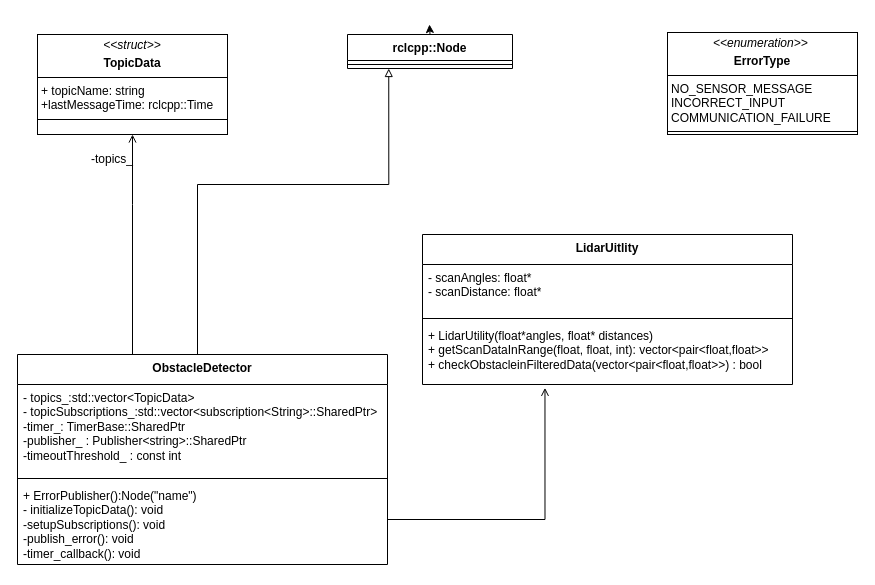
Before: Diagrams/UML/obstacle uml.drawio in mekuro9/PWAO-CSU, a draw.io diagram. Source tidied: cells renumbered, new cells numbered last; positions are measured from the earlier drawing's top-left corner, leaving out a move shared by most shapes. Both pictures are drawn from the tidied source at 100%, with x=0, y=0 at pixel (17, 24).
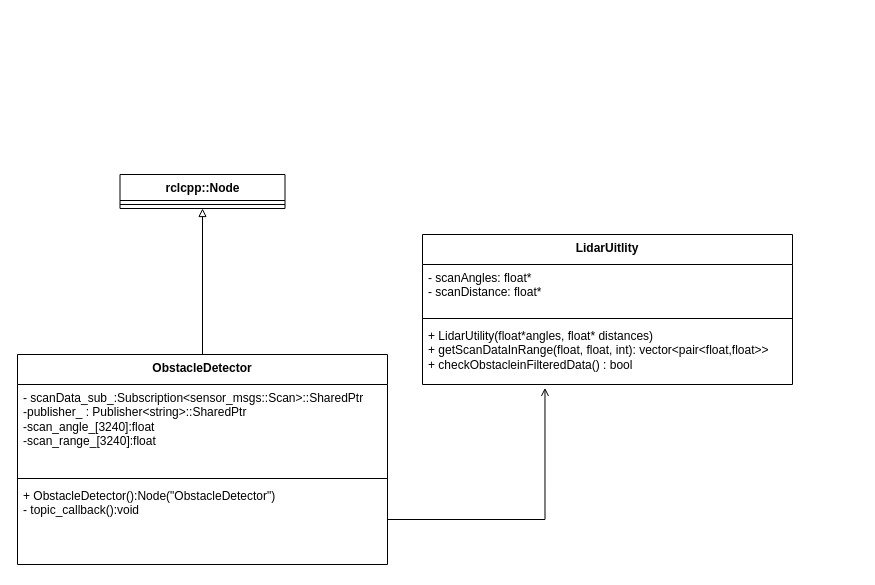
The same page after the edit.

The change refers to these unchanged cells:
```xml
<mxCell id="5" value="LidarUitlity" style="swimlane;fontStyle=1;align=center;verticalAlign=top;horizontal=1;startSize=30;whiteSpace=wrap;html=1;" parent="1" vertex="1">
  <mxGeometry x="405" y="210" width="370" height="150" as="geometry" />
</mxCell>
<mxCell id="12" value="ObstacleDetector" style="swimlane;fontStyle=1;align=center;verticalAlign=top;horizontal=1;startSize=30;whiteSpace=wrap;html=1;" parent="1" vertex="1">
  <mxGeometry y="330" width="370" height="210" as="geometry" />
</mxCell>
```

Diff of the diagram source:
```diff
@@
-    <mxCell id="2" style="edgeStyle=orthogonalEdgeStyle;rounded=0;jettySize=auto;html=1;exitX=0.5;exitY=0;exitDx=0;exitDy=0;" parent="1" edge="1" source="3">
-      <mxGeometry relative="1" as="geometry">
-        <mxPoint x="412" as="targetPoint" />
-      </mxGeometry>
-    </mxCell>
     <mxCell id="3" value="rclcpp::Node" style="swimlane;fontStyle=1;align=center;verticalAlign=top;horizontal=1;startSize=26;whiteSpace=wrap;html=1;" parent="1" vertex="1">
-      <mxGeometry x="330" y="10" width="165" height="34" as="geometry" />
+      <mxGeometry x="102.5" y="150" width="165" height="34" as="geometry" />
     </mxCell>
@@
-    <mxCell id="8" value="&lt;div&gt;+ LidarUtility(float*angles, float* distances)&lt;br&gt;&lt;/div&gt;&lt;div&gt;+ getScanDataInRange(float, float, int): vector&amp;lt;pair&amp;lt;float,float&amp;gt;&amp;gt;&lt;br&gt;&lt;/div&gt;&lt;div&gt;+ checkObstacleinFilteredData(vector&amp;lt;pair&amp;lt;float,float&amp;gt;&amp;gt;) : bool&lt;br&gt;&lt;/div&gt;" style="text;strokeColor=none;fillColor=none;align=left;verticalAlign=top;spacingLeft=4;spacingRight=4;overflow=hidden;points=[[0,0.5],[1,0.5]];portConstraint=eastwest;whiteSpace=wrap;html=1;" parent="5" vertex="1">
+    <mxCell id="8" value="&lt;div&gt;+ LidarUtility(float*angles, float* distances)&lt;br&gt;&lt;/div&gt;&lt;div&gt;+ getScanDataInRange(float, float, int): vector&amp;lt;pair&amp;lt;float,float&amp;gt;&amp;gt;&lt;br&gt;&lt;/div&gt;&lt;div&gt;+ checkObstacleinFilteredData() : bool&lt;br&gt;&lt;/div&gt;" style="text;strokeColor=none;fillColor=none;align=left;verticalAlign=top;spacingLeft=4;spacingRight=4;overflow=hidden;points=[[0,0.5],[1,0.5]];portConstraint=eastwest;whiteSpace=wrap;html=1;" parent="5" vertex="1">
       <mxGeometry y="88" width="370" height="62" as="geometry" />
     </mxCell>
-    <mxCell id="9" value="&lt;p style=&quot;margin:0px;margin-top:4px;text-align:center;&quot;&gt;&lt;i&gt;&amp;lt;&amp;lt;enumeration&amp;gt;&amp;gt;&lt;/i&gt;&lt;b&gt;&amp;nbsp;&lt;/b&gt;&lt;/p&gt;&lt;p style=&quot;margin:0px;margin-top:4px;text-align:center;&quot;&gt;&lt;b&gt;ErrorType&lt;/b&gt;&lt;br&gt;&lt;/p&gt;&lt;hr size=&quot;1&quot; style=&quot;border-style:solid;&quot;&gt;&lt;p style=&quot;margin:0px;margin-left:4px;&quot;&gt;NO_SENSOR_MESSAGE&lt;/p&gt;&lt;p style=&quot;margin:0px;margin-left:4px;&quot;&gt;INCORRECT_INPUT&lt;/p&gt;&lt;p style=&quot;margin:0px;margin-left:4px;&quot;&gt;COMMUNICATION_FAILURE&lt;br&gt;&lt;/p&gt;&lt;hr size=&quot;1&quot; style=&quot;border-style:solid;&quot;&gt;" style="verticalAlign=top;align=left;overflow=fill;html=1;whiteSpace=wrap;" parent="1" vertex="1">
-      <mxGeometry x="650" y="8" width="190" height="102" as="geometry" />
-    </mxCell>
-    <mxCell id="10" style="edgeStyle=orthogonalEdgeStyle;rounded=0;jettySize=auto;html=1;entryX=0.25;entryY=1;entryDx=0;entryDy=0;endArrow=block;endFill=0;" parent="1" edge="1" source="12" target="3">
-      <mxGeometry relative="1" as="geometry">
-        <Array as="points">
-          <mxPoint x="180" y="160" />
-          <mxPoint x="371" y="160" />
-        </Array>
-      </mxGeometry>
+    <mxCell id="10" style="edgeStyle=orthogonalEdgeStyle;rounded=0;jettySize=auto;html=1;entryX=0.5;entryY=1;entryDx=0;entryDy=0;endArrow=block;endFill=0;" parent="1" edge="1" source="12" target="3">
+      <mxGeometry relative="1" as="geometry" />
     </mxCell>
-    <mxCell id="11" style="edgeStyle=orthogonalEdgeStyle;rounded=0;jettySize=auto;html=1;entryX=0.5;entryY=1;entryDx=0;entryDy=0;endArrow=open;endFill=0;" parent="1" edge="1" source="12" target="16">
-      <mxGeometry relative="1" as="geometry">
-        <Array as="points">
-          <mxPoint x="115" y="180" />
-          <mxPoint x="115" y="180" />
-        </Array>
-      </mxGeometry>
-    </mxCell>
@@
-    <mxCell id="13" value="&lt;div&gt;- topics_:std::vector&amp;lt;TopicData&amp;gt;&lt;br&gt;&lt;/div&gt;- topicSubscriptions_:std::vector&amp;lt;subscription&amp;lt;String&amp;gt;::SharedPtr&amp;gt;&lt;br&gt;&lt;div&gt;-timer_: TimerBase::SharedPtr&lt;br&gt;&lt;/div&gt;&lt;div&gt;-publisher_ : Publisher&amp;lt;string&amp;gt;::SharedPtr&lt;/div&gt;&lt;div&gt;-timeoutThreshold_ : const int&lt;br&gt;&lt;/div&gt;" style="text;strokeColor=none;fillColor=none;align=left;verticalAlign=top;spacingLeft=4;spacingRight=4;overflow=hidden;whiteSpace=wrap;html=1;" parent="12" vertex="1">
+    <mxCell id="13" value="- scanData_sub_:Subscription&amp;lt;sensor_msgs::Scan&amp;gt;::SharedPtr&lt;br&gt;&lt;div&gt;-publisher_ : Publisher&amp;lt;string&amp;gt;::SharedPtr&lt;/div&gt;&lt;div&gt;-scan_angle_[3240]:float&lt;/div&gt;&lt;div&gt;-scan_range_[3240]:float&lt;br&gt;&lt;/div&gt;" style="text;strokeColor=none;fillColor=none;align=left;verticalAlign=top;spacingLeft=4;spacingRight=4;overflow=hidden;whiteSpace=wrap;html=1;" parent="12" vertex="1">
       <mxGeometry y="30" width="370" height="90" as="geometry" />
     </mxCell>
@@
-    <mxCell id="15" value="&lt;div&gt;+ ErrorPublisher():Node(&quot;name&quot;)&lt;br&gt;&lt;/div&gt;&lt;div&gt;- initializeTopicData(): void&lt;br&gt;&lt;/div&gt;&lt;div&gt;-setupSubscriptions(): void&lt;br&gt;&lt;/div&gt;&lt;div&gt;-publish_error(): void&lt;/div&gt;&lt;div&gt;-timer_callback(): void&lt;br&gt;&lt;/div&gt;" style="text;strokeColor=none;fillColor=none;align=left;verticalAlign=top;spacingLeft=4;spacingRight=4;overflow=hidden;whiteSpace=wrap;html=1;" parent="12" vertex="1">
+    <mxCell id="15" value="&lt;div&gt;+ ObstacleDetector():Node(&quot;ObstacleDetector&quot;)&lt;br&gt;&lt;/div&gt;&lt;div&gt;- topic_callback():void&lt;br&gt;&lt;/div&gt;" style="text;strokeColor=none;fillColor=none;align=left;verticalAlign=top;spacingLeft=4;spacingRight=4;overflow=hidden;whiteSpace=wrap;html=1;" parent="12" vertex="1">
       <mxGeometry y="128" width="370" height="82" as="geometry" />
     </mxCell>
-    <mxCell id="16" value="&lt;p style=&quot;margin:0px;margin-top:4px;text-align:center;&quot;&gt;&lt;i&gt;&amp;lt;&amp;lt;struct&amp;gt;&amp;gt;&lt;/i&gt;&lt;b&gt;&lt;br&gt;&lt;/b&gt;&lt;/p&gt;&lt;p style=&quot;margin:0px;margin-top:4px;text-align:center;&quot;&gt;&lt;b&gt;TopicData&lt;/b&gt;&lt;br&gt;&lt;/p&gt;&lt;hr size=&quot;1&quot; style=&quot;border-style:solid;&quot;&gt;&lt;p style=&quot;margin:0px;margin-left:4px;&quot;&gt;+ topicName: string&lt;/p&gt;&lt;p style=&quot;margin:0px;margin-left:4px;&quot;&gt;+lastMessageTime: rclcpp::Time&lt;br&gt;&lt;/p&gt;&lt;hr size=&quot;1&quot; style=&quot;border-style:solid;&quot;&gt;" style="verticalAlign=top;align=left;overflow=fill;html=1;whiteSpace=wrap;" parent="1" vertex="1">
-      <mxGeometry x="20" y="10" width="190" height="100" as="geometry" />
-    </mxCell>
-    <mxCell id="17" value="-topics_" style="text;html=1;align=center;verticalAlign=middle;whiteSpace=wrap;rounded=0;" parent="1" vertex="1">
-      <mxGeometry x="50" y="120" width="90" height="30" as="geometry" />
-    </mxCell>
```
